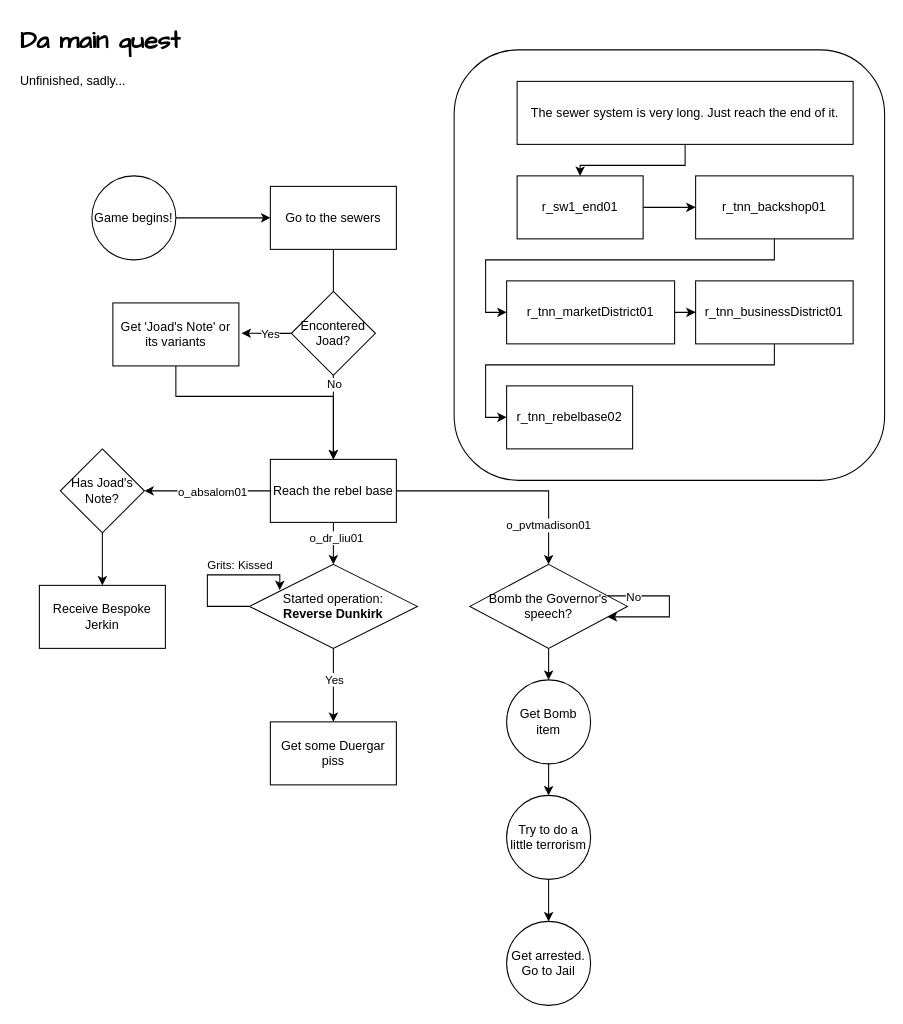
sanlor/Barkley2_Godot keeps this draw.io diagram as misc/diagrams/main_quest.drawio. Above is the earlier version. Source tidied: cells renumbered, new cells numbered last; positions are measured from the earlier drawing's top-left corner, leaving out a move shared by most shapes. Both pictures are drawn from the tidied source at 105%, with x=0, y=0 at pixel (18, 18).
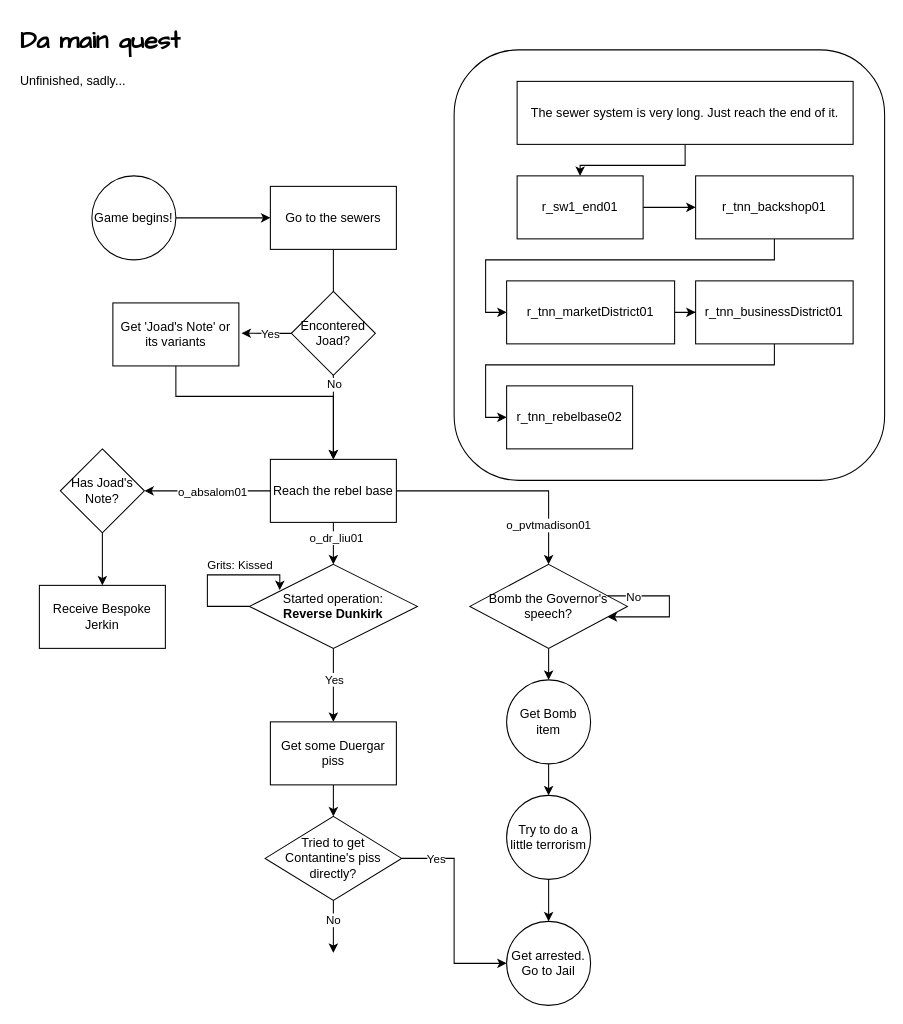
The same diagram, later.

The change refers to these unchanged cells:
```xml
<mxCell id="40" value="Get some Duergar piss" style="rounded=0;whiteSpace=wrap;html=1;" parent="1" vertex="1">
  <mxGeometry x="240" y="670" width="120" height="60" as="geometry" />
</mxCell>
<mxCell id="49" value="Get arrested. Go to Jail" style="ellipse;whiteSpace=wrap;html=1;" parent="1" vertex="1">
  <mxGeometry x="465" y="860" width="80" height="80" as="geometry" />
</mxCell>
```

Change to the diagram source:
```diff
@@
+    <mxCell id="50" style="edgeStyle=orthogonalEdgeStyle;rounded=0;jettySize=auto;html=1;entryX=0.5;entryY=0;entryDx=0;entryDy=0;" parent="1" edge="1" source="40" target="55">
+      <mxGeometry relative="1" as="geometry" />
+    </mxCell>
@@
+    <mxCell id="51" style="edgeStyle=orthogonalEdgeStyle;rounded=0;jettySize=auto;html=1;entryX=0;entryY=0.5;entryDx=0;entryDy=0;" parent="1" edge="1" source="55" target="49">
+      <mxGeometry relative="1" as="geometry" />
+    </mxCell>
+    <mxCell id="52" value="Yes" style="edgeLabel;html=1;align=center;verticalAlign=middle;" parent="51" vertex="1">
+      <mxGeometry x="-0.68" y="-3" relative="1" as="geometry">
+        <mxPoint y="-3" as="offset" />
+      </mxGeometry>
+    </mxCell>
+    <mxCell id="53" style="edgeStyle=orthogonalEdgeStyle;rounded=0;jettySize=auto;html=1;" parent="1" edge="1" source="55">
+      <mxGeometry relative="1" as="geometry">
+        <mxPoint x="300" y="890" as="targetPoint" />
+      </mxGeometry>
+    </mxCell>
+    <mxCell id="54" value="No" style="edgeLabel;html=1;align=center;verticalAlign=middle;" parent="53" vertex="1">
+      <mxGeometry x="-0.27" y="-1" relative="1" as="geometry" />
+    </mxCell>
+    <mxCell id="55" value="Tried to get Contantine's piss directly?" style="rhombus;whiteSpace=wrap;html=1;" parent="1" vertex="1">
+      <mxGeometry x="235" y="760" width="130" height="80" as="geometry" />
+    </mxCell>
```
